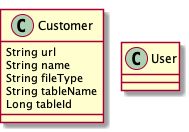
The PlantUML diagram model/e_commerce.png in jesshaw/testapp, before a commit.
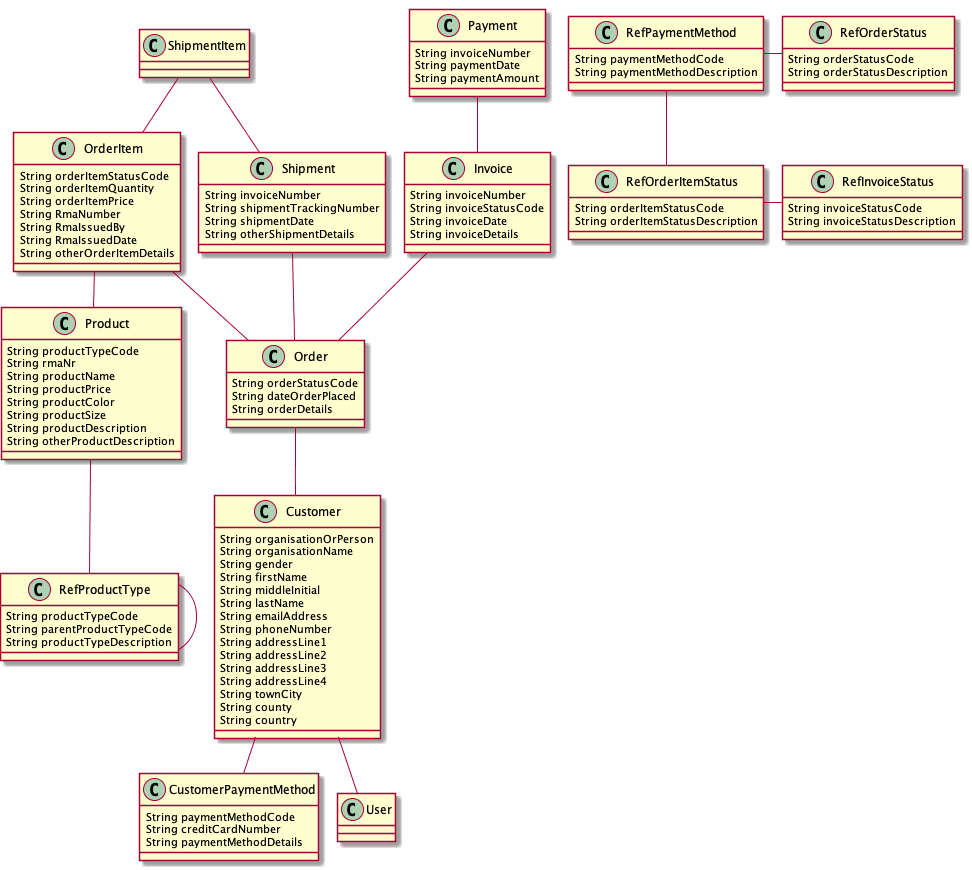
The same diagram one commit later.

Commit message:
e commerce relationship

Diff of the diagram source:
```diff
@@ -2,12 +2,103 @@
 	!pragma graphviz_dot jdot
 	!pragma syntax class
 	class Customer  {
-		String url
-		String name
-		String fileType
-		String tableName
-		Long tableId
+		String organisationOrPerson
+		String organisationName
+		String gender
+		String firstName
+		String middleInitial
+		String lastName
+		String emailAddress
+		String phoneNumber
+		String addressLine1
+		String addressLine2
+		String addressLine3
+		String addressLine4
+		String townCity
+		String county
+		String country
 	}
+	class CustomerPaymentMethod  {
+		String paymentMethodCode
+		String creditCardNumber
+		String paymentMethodDetails
+	}
+	class RefPaymentMethod  {
+		String paymentMethodCode
+		String paymentMethodDescription
+	}
+	class Order  {
+		String orderStatusCode
+		String dateOrderPlaced
+		String orderDetails
+	}
+	class RefOrderStatus  {
+		String orderStatusCode
+		String orderStatusDescription
+	}
+	class Shipment  {
+		String invoiceNumber
+		String shipmentTrackingNumber
+		String shipmentDate
+		String otherShipmentDetails
+	}
+	class ShipmentItem  {
+	}
+	class OrderItem  {
+		String orderItemStatusCode
+		String orderItemQuantity
+		String orderItemPrice
+		String RmaNumber
+		String RmaIssuedBy
+		String RmaIssuedDate
+		String otherOrderItemDetails
+	}
+	class RefOrderItemStatus  {
+		String orderItemStatusCode
+		String orderItemStatusDescription
+	}
+	class Invoice  {
+		String invoiceNumber
+		String invoiceStatusCode
+		String invoiceDate
+		String invoiceDetails
+	}
+	class RefInvoiceStatus  {
+		String invoiceStatusCode
+		String invoiceStatusDescription
+	}
+	class Payment  {
+		String invoiceNumber
+		String paymentDate
+		String paymentAmount
+	}
+	class Product  {
+		String productTypeCode
+		String rmaNr
+		String productName
+		String productPrice
+		String productColor
+		String productSize
+		String productDescription
+		String otherProductDescription
+	}
+	class RefProductType  {
+		String productTypeCode
+		String parentProductTypeCode
+		String productTypeDescription
+	}
+	Customer  "userId(login) 0..1 " -- "0..1 "  User
+	Customer  "paymentMethod 0..1 " --o "customer 0..* "  CustomerPaymentMethod
+	Order  "customerId 0..* " o-- "0..1 "  Customer
+	Shipment  "orderId 0..* " o-- "0..1 "  Order
+	ShipmentItem  "shipmentId 0..* " o-- "0..1 "  Shipment
+	ShipmentItem  "orderItemId 0..* " o-- "0..1 "  OrderItem
+	OrderItem  "productId 0..* " o-- "0..1 "  Product
+	OrderItem  "orderId 0..* " o-- "0..1 "  Order
+	Invoice  "orderId 0..* " o-- "0..1 "  Order
+	Payment  "invoiceId 0..* " o-- "0..1 "  Invoice
+	Product  "productTypeId 0..* " o-- "0..1 "  RefProductType
+	RefProductType  "parentProductTypeId 0..* " o-- "0..1 "  RefProductType
 	class User  {
 	}
 @enduml
```
